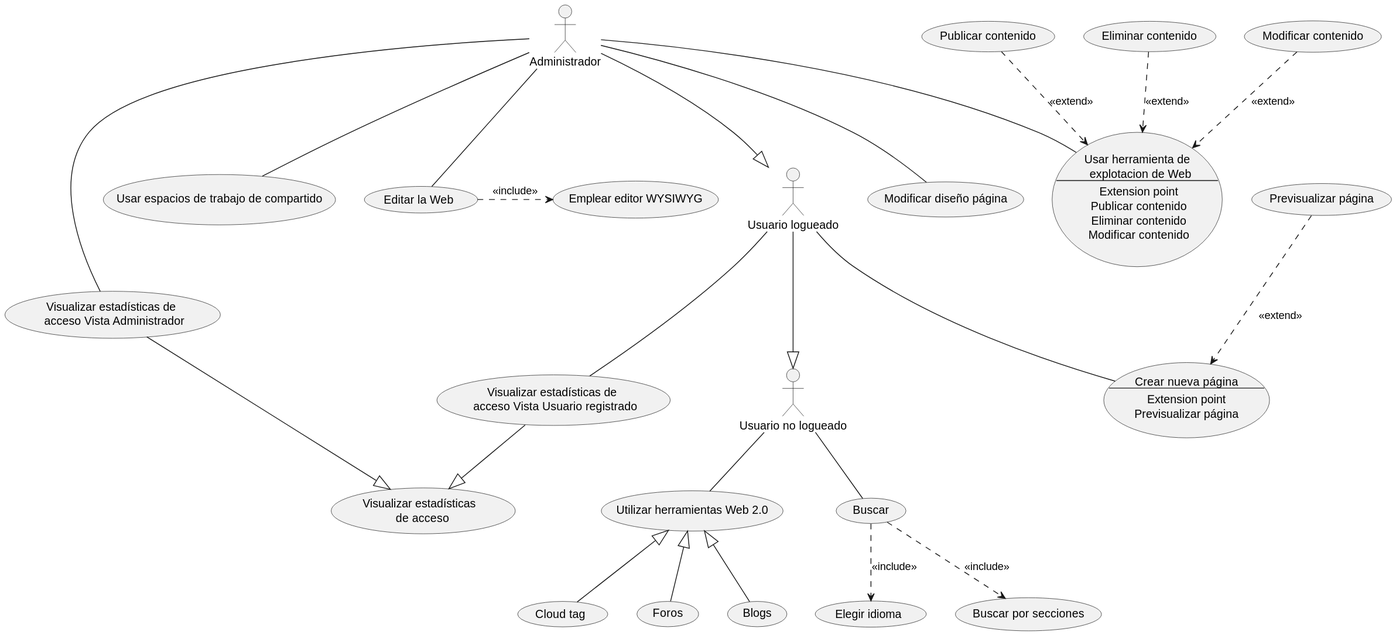
This is out/Proyecto/source/Portal/Portal.svg from cgg734/INRE-UAL-MORADO-2022-2023, a PlantUML export, as it was before one commit. Source of this version:
```plantuml
@startuml Portal
actor UL as "Usuario logueado"
actor UNL as "Usuario no logueado"
actor Administrador


usecase CrearPagina as "Crear nueva página
----
Extension point
Previsualizar página"
usecase HExplotacion as "Usar herramienta de \n explotacion de Web
----
Extension point
Publicar contenido
Eliminar contenido
Modificar contenido"

Administrador--|>UL
UL--|>UNL


Administrador--(Editar la Web)
(Editar la Web).>(Emplear editor WYSIWYG) : <<include>>
Administrador--(Modificar diseño página)
Administrador--HExplotacion
(Publicar contenido) ..>HExplotacion : <<extend>>
(Eliminar contenido) ..>HExplotacion : <<extend>>
(Modificar contenido) ..>HExplotacion : <<extend>>
Administrador--(Visualizar estadísticas de \n acceso Vista Administrador)
(Visualizar estadísticas de \n acceso Vista Administrador)--|>(Visualizar estadísticas \n de acceso)
Administrador--(Usar espacios de trabajo de compartido)


UL--CrearPagina
(Previsualizar página)..>CrearPagina: <<extend>>
UL--(Visualizar estadísticas de \n acceso Vista Usuario registrado)
(Visualizar estadísticas de \n acceso Vista Usuario registrado)--|>(Visualizar estadísticas \n de acceso)

UNL--(Utilizar herramientas Web 2.0)
(Utilizar herramientas Web 2.0)<|--(Foros)
(Utilizar herramientas Web 2.0)<|--(Blogs)
(Utilizar herramientas Web 2.0)<|--(Cloud tag)
UNL--(Buscar)
(Buscar)..>(Buscar por secciones) : <<include>>
(Buscar)..>(Elegir idioma) : <<include>>

@enduml
```
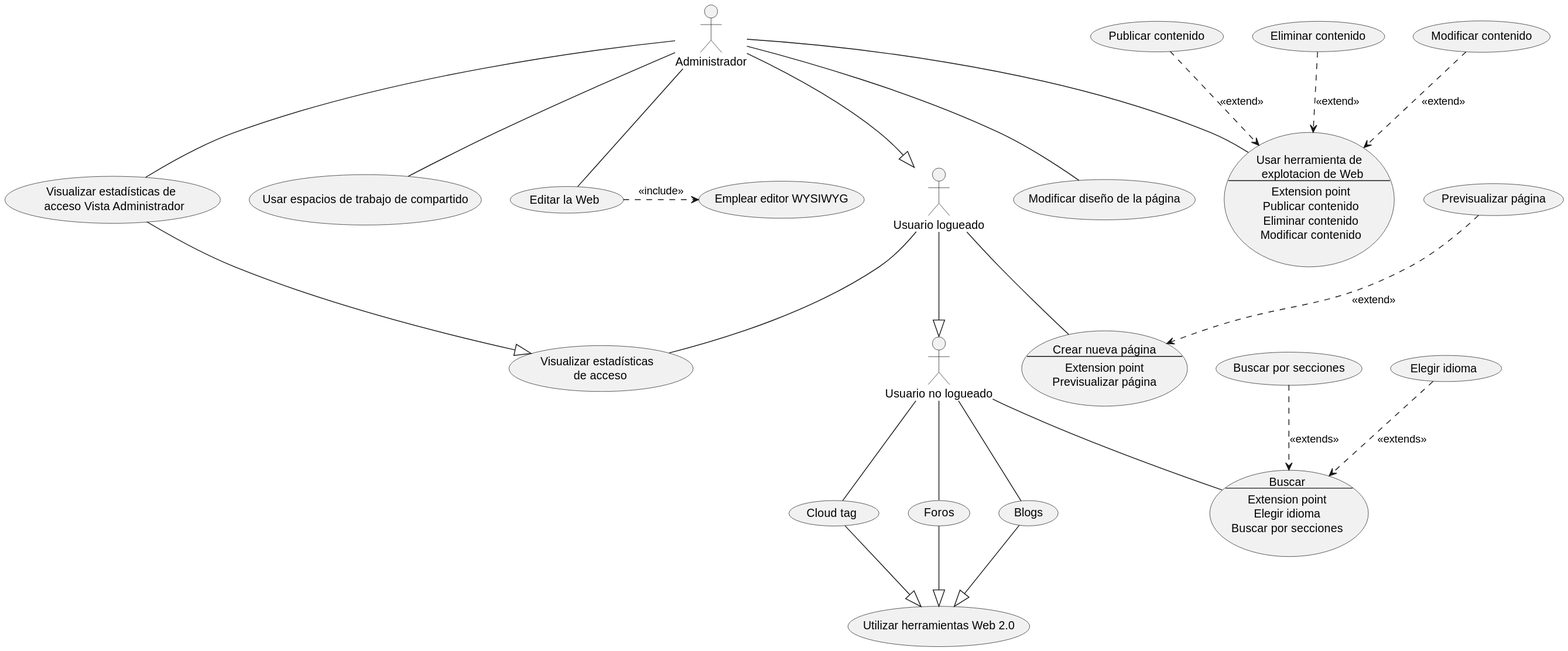
After the commit.

The edit, as a diff of the source:
```diff
@@ -15,13 +15,19 @@
 Eliminar contenido
 Modificar contenido"
 
+usecase Buscar as "Buscar
+----
+Extension point
+Elegir idioma
+Buscar por secciones"
+
 Administrador--|>UL
 UL--|>UNL
 
 
 Administrador--(Editar la Web)
 (Editar la Web).>(Emplear editor WYSIWYG) : <<include>>
-Administrador--(Modificar diseño página)
+Administrador--(Modificar diseño de la página)
 Administrador--HExplotacion
 (Publicar contenido) ..>HExplotacion : <<extend>>
 (Eliminar contenido) ..>HExplotacion : <<extend>>
@@ -33,15 +39,17 @@
 
 UL--CrearPagina
 (Previsualizar página)..>CrearPagina: <<extend>>
-UL--(Visualizar estadísticas de \n acceso Vista Usuario registrado)
-(Visualizar estadísticas de \n acceso Vista Usuario registrado)--|>(Visualizar estadísticas \n de acceso)
+UL--(Visualizar estadísticas \n de acceso)
 
-UNL--(Utilizar herramientas Web 2.0)
-(Utilizar herramientas Web 2.0)<|--(Foros)
-(Utilizar herramientas Web 2.0)<|--(Blogs)
-(Utilizar herramientas Web 2.0)<|--(Cloud tag)
+
+UNL--(Foros)
+UNL--(Blogs)
+UNL--(Cloud tag)
+(Foros)--|>(Utilizar herramientas Web 2.0)
+(Blogs)--|>(Utilizar herramientas Web 2.0)
+(Cloud tag)--|>(Utilizar herramientas Web 2.0)
 UNL--(Buscar)
-(Buscar)..>(Buscar por secciones) : <<include>>
-(Buscar)..>(Elegir idioma) : <<include>>
+(Buscar por secciones)..>(Buscar) : <<extends>>
+(Elegir idioma)..>(Buscar) : <<extends>>
 
 @enduml
```
